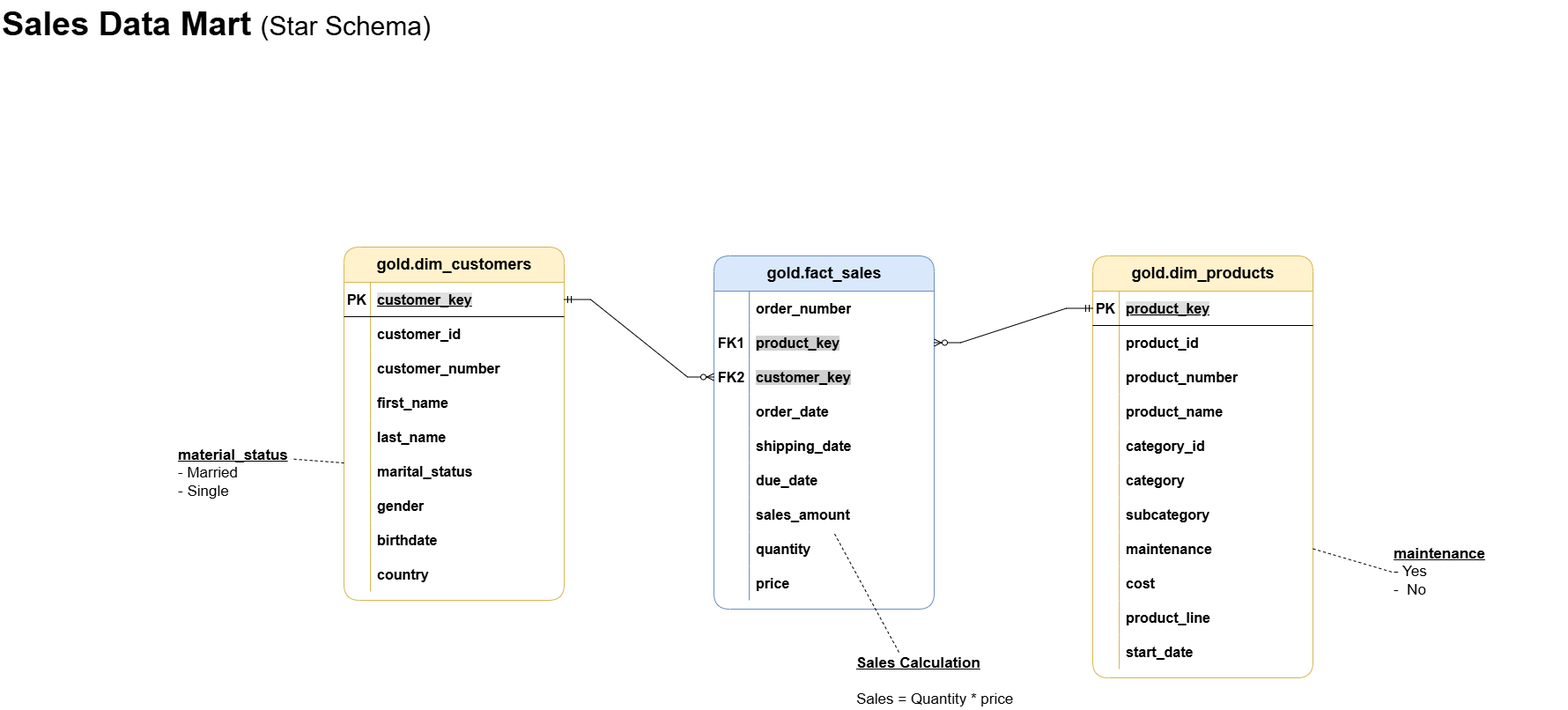
Earlier version of the draw.io export docs/data_model.png (BernatBC06/sql-data-warehouse-project). Source tidied: cells renumbered, new cells last; positions are measured from the earlier drawing's top-left corner, leaving out a move shared by most shapes.
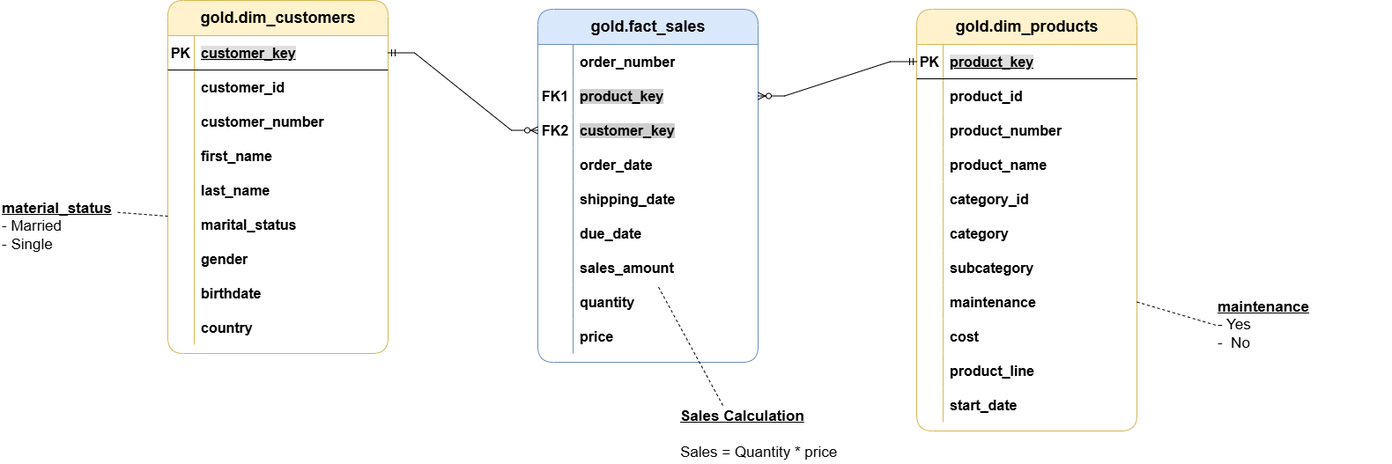
Later version of the same file.

Diff of the diagram source:
```diff
@@ -2,9 +2,6 @@
   <root>
     <mxCell id="0" />
     <mxCell id="1" parent="0" />
-    <mxCell id="2" value="&lt;font style=&quot;&quot;&gt;&lt;b style=&quot;font-size: 38px;&quot;&gt;Sales Data Mart &lt;/b&gt;&lt;font style=&quot;font-size: 30px;&quot;&gt;(Star Schema)&lt;/font&gt;&lt;br style=&quot;font-size: 38px;&quot;&gt;&lt;/font&gt;" style="text;html=1;strokeColor=none;fillColor=none;align=left;verticalAlign=middle;whiteSpace=wrap;rounded=1;fontSize=38;fontFamily=Helvetica;" parent="1" vertex="1">
-      <mxGeometry width="610" height="54" as="geometry" />
-    </mxCell>
     <mxCell id="3" value="&lt;font style=&quot;font-size: 18px;&quot;&gt;gold.dim_customers&lt;/font&gt;" style="shape=table;startSize=40;rowLines=0;fontStyle=1;align=center;html=1;rounded=1;fillColor=#fff2cc;strokeColor=#d6b656;" parent="1" vertex="1">
       <mxGeometry x="390" y="280" width="250" height="401" as="geometry" />
     </mxCell>
```
